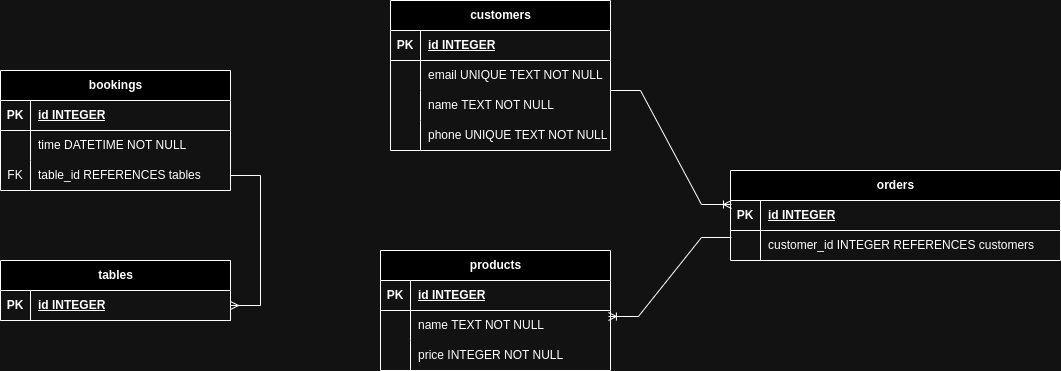
boolean-uk/java-data-modelling keeps this draw.io diagram as restaurant-extensions.png. Above is the earlier version. Source tidied: cells renumbered, new cells last; positions are measured from the earlier drawing's top-left corner, leaving out a move shared by most shapes.
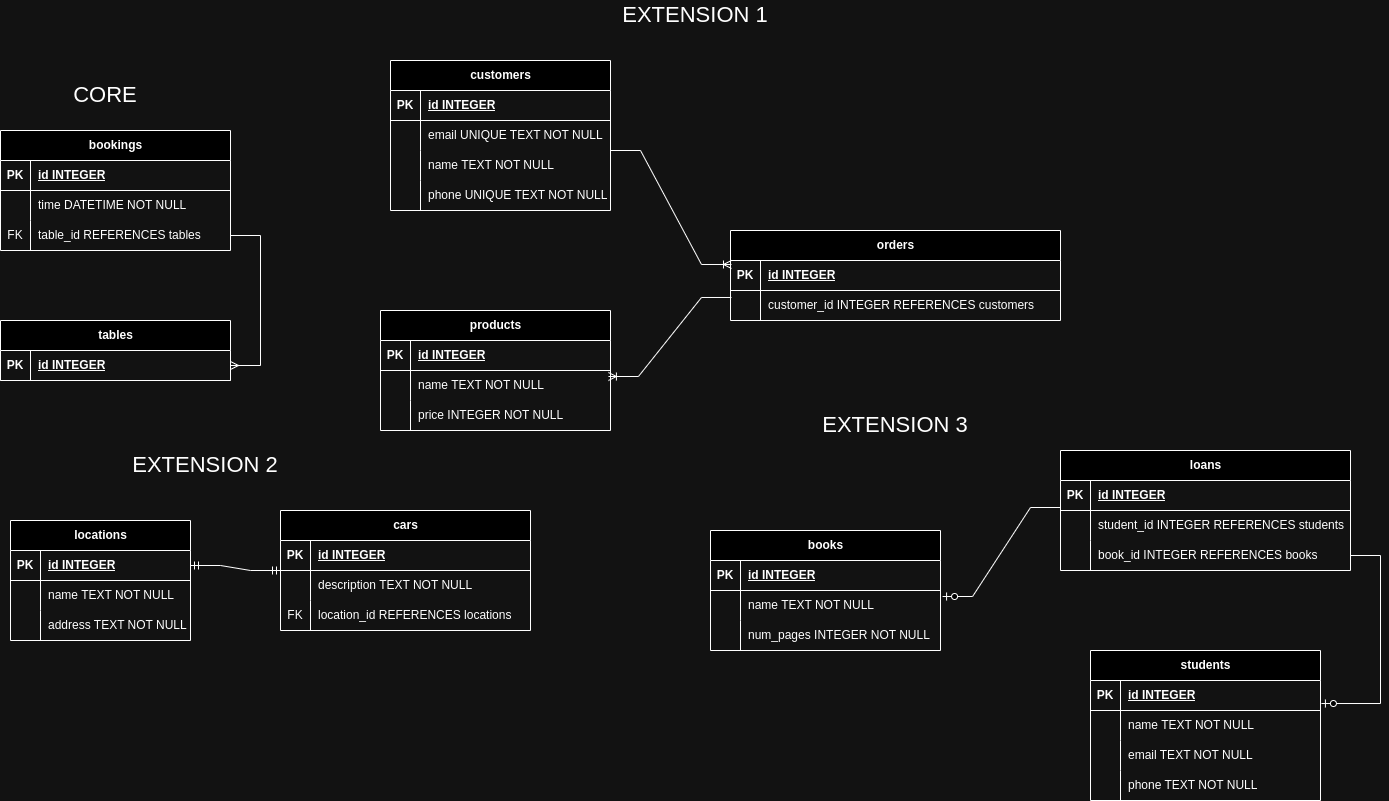
Later version of the same file.

Commit message:
Complete extension 2, 3

Change to the diagram source:
```diff
@@ -150,5 +150,185 @@
     <mxCell id="48" style="edgeStyle=entityRelationEdgeStyle;fontSize=12;html=1;endArrow=ERoneToMany;rounded=0;exitX=0.003;exitY=0.233;exitDx=0;exitDy=0;exitPerimeter=0;entryX=0.991;entryY=0.2;entryDx=0;entryDy=0;entryPerimeter=0;" parent="1" edge="1" source="34" target="41">
       <mxGeometry relative="1" as="geometry" />
     </mxCell>
+    <mxCell id="49" value="&lt;font style=&quot;font-size: 22px;&quot;&gt;EXTENSION 1&lt;/font&gt;" style="text;html=1;align=center;verticalAlign=middle;whiteSpace=wrap;rounded=0;" parent="1" vertex="1">
+      <mxGeometry x="600" y="-60" width="190" height="30" as="geometry" />
+    </mxCell>
+    <mxCell id="50" value="&lt;font style=&quot;font-size: 22px;&quot;&gt;CORE&lt;/font&gt;" style="text;html=1;align=center;verticalAlign=middle;whiteSpace=wrap;rounded=0;" parent="1" vertex="1">
+      <mxGeometry x="10" y="20" width="190" height="30" as="geometry" />
+    </mxCell>
+    <mxCell id="51" value="locations" style="shape=table;startSize=30;rowLines=0;fontStyle=1;align=center;html=1;" parent="1" vertex="1">
+      <mxGeometry x="10" y="460" width="180" height="120" as="geometry" />
+    </mxCell>
+    <mxCell id="52" style="shape=tableRow;horizontal=0;startSize=0;swimlaneHead=0;swimlaneBody=0;fillColor=none;points=[[0,0.5],[1,0.5]];portConstraint=eastwest;top=0;left=0;right=0;bottom=1;" parent="51" vertex="1">
+      <mxGeometry y="30" width="180" height="30" as="geometry" />
+    </mxCell>
+    <mxCell id="53" value="PK" style="shape=partialRectangle;fillColor=none;top=0;left=0;bottom=0;right=0;fontStyle=1;overflow=hidden;whiteSpace=wrap;html=1;" parent="52" vertex="1">
+      <mxGeometry width="30" height="30" as="geometry" />
+    </mxCell>
+    <mxCell id="54" value="id INTEGER" style="shape=partialRectangle;fillColor=none;top=0;left=0;bottom=0;right=0;align=left;spacingLeft=6;fontStyle=5;overflow=hidden;whiteSpace=wrap;html=1;" parent="52" vertex="1">
+      <mxGeometry x="30" width="150" height="30" as="geometry" />
+    </mxCell>
+    <mxCell id="55" style="shape=tableRow;horizontal=0;startSize=0;swimlaneHead=0;swimlaneBody=0;fillColor=none;top=0;left=0;right=0;bottom=0;" parent="51" vertex="1">
+      <mxGeometry y="60" width="180" height="30" as="geometry" />
+    </mxCell>
+    <mxCell id="56" style="shape=partialRectangle;fillColor=none;top=0;left=0;bottom=0;right=0;overflow=hidden;whiteSpace=wrap;html=1;" parent="55" vertex="1">
+      <mxGeometry width="30" height="30" as="geometry" />
+    </mxCell>
+    <mxCell id="57" value="name TEXT NOT NULL" style="shape=partialRectangle;fillColor=none;top=0;left=0;bottom=0;right=0;align=left;spacingLeft=6;overflow=hidden;whiteSpace=wrap;html=1;" parent="55" vertex="1">
+      <mxGeometry x="30" width="150" height="30" as="geometry" />
+    </mxCell>
+    <mxCell id="58" style="shape=tableRow;horizontal=0;startSize=0;swimlaneHead=0;swimlaneBody=0;fillColor=none;top=0;left=0;right=0;bottom=0;" parent="51" vertex="1">
+      <mxGeometry y="90" width="180" height="30" as="geometry" />
+    </mxCell>
+    <mxCell id="59" style="shape=partialRectangle;fillColor=none;top=0;left=0;bottom=0;right=0;overflow=hidden;whiteSpace=wrap;html=1;" parent="58" vertex="1">
+      <mxGeometry width="30" height="30" as="geometry" />
+    </mxCell>
+    <mxCell id="60" value="address TEXT NOT NULL" style="shape=partialRectangle;fillColor=none;top=0;left=0;bottom=0;right=0;align=left;spacingLeft=6;overflow=hidden;whiteSpace=wrap;html=1;" parent="58" vertex="1">
+      <mxGeometry x="30" width="150" height="30" as="geometry" />
+    </mxCell>
+    <mxCell id="61" value="&lt;font style=&quot;font-size: 22px;&quot;&gt;EXTENSION 2&lt;/font&gt;" style="text;html=1;align=center;verticalAlign=middle;whiteSpace=wrap;rounded=0;" parent="1" vertex="1">
+      <mxGeometry x="110" y="390" width="190" height="30" as="geometry" />
+    </mxCell>
+    <mxCell id="62" value="cars" style="shape=table;startSize=30;rowLines=0;fontStyle=1;align=center;html=1;" parent="1" vertex="1">
+      <mxGeometry x="280" y="450" width="250" height="120" as="geometry" />
+    </mxCell>
+    <mxCell id="63" style="shape=tableRow;horizontal=0;startSize=0;swimlaneHead=0;swimlaneBody=0;fillColor=none;top=0;left=0;right=0;bottom=1;" parent="62" vertex="1">
+      <mxGeometry y="30" width="250" height="30" as="geometry" />
+    </mxCell>
+    <mxCell id="64" value="PK" style="shape=partialRectangle;fillColor=none;top=0;left=0;bottom=0;right=0;fontStyle=1;overflow=hidden;whiteSpace=wrap;html=1;" parent="63" vertex="1">
+      <mxGeometry width="30" height="30" as="geometry" />
+    </mxCell>
+    <mxCell id="65" value="id INTEGER" style="shape=partialRectangle;fillColor=none;top=0;left=0;bottom=0;right=0;align=left;spacingLeft=6;fontStyle=5;overflow=hidden;whiteSpace=wrap;html=1;" parent="63" vertex="1">
+      <mxGeometry x="30" width="220" height="30" as="geometry" />
+    </mxCell>
+    <mxCell id="66" style="shape=tableRow;horizontal=0;startSize=0;swimlaneHead=0;swimlaneBody=0;fillColor=none;points=[[0,0.5],[1,0.5]];portConstraint=eastwest;top=0;left=0;right=0;bottom=0;" parent="62" vertex="1">
+      <mxGeometry y="60" width="250" height="30" as="geometry" />
+    </mxCell>
+    <mxCell id="67" style="shape=partialRectangle;fillColor=none;top=0;left=0;bottom=0;right=0;overflow=hidden;whiteSpace=wrap;html=1;" parent="66" vertex="1">
+      <mxGeometry width="30" height="30" as="geometry" />
+    </mxCell>
+    <mxCell id="68" value="description TEXT NOT NULL" style="shape=partialRectangle;fillColor=none;top=0;left=0;bottom=0;right=0;align=left;spacingLeft=6;overflow=hidden;whiteSpace=wrap;html=1;" parent="66" vertex="1">
+      <mxGeometry x="30" width="220" height="30" as="geometry" />
+    </mxCell>
+    <mxCell id="69" style="shape=tableRow;horizontal=0;startSize=0;swimlaneHead=0;swimlaneBody=0;fillColor=none;top=0;left=0;right=0;bottom=0;" parent="62" vertex="1">
+      <mxGeometry y="90" width="250" height="30" as="geometry" />
+    </mxCell>
+    <mxCell id="70" value="FK" style="shape=partialRectangle;fillColor=none;top=0;left=0;bottom=0;right=0;overflow=hidden;whiteSpace=wrap;html=1;" parent="69" vertex="1">
+      <mxGeometry width="30" height="30" as="geometry" />
+    </mxCell>
+    <mxCell id="71" value="location_id REFERENCES locations" style="shape=partialRectangle;fillColor=none;top=0;left=0;bottom=0;right=0;align=left;spacingLeft=6;overflow=hidden;whiteSpace=wrap;html=1;" parent="69" vertex="1">
+      <mxGeometry x="30" width="220" height="30" as="geometry" />
+    </mxCell>
+    <mxCell id="72" style="edgeStyle=entityRelationEdgeStyle;fontSize=12;html=1;endArrow=ERmandOne;startArrow=ERmandOne;rounded=0;exitX=0;exitY=0;exitDx=0;exitDy=0;exitPerimeter=0;entryX=1;entryY=0.5;entryDx=0;entryDy=0;" parent="1" edge="1" source="66" target="52">
+      <mxGeometry relative="1" as="geometry" />
+    </mxCell>
+    <mxCell id="73" value="&lt;font style=&quot;font-size: 22px;&quot;&gt;EXTENSION 3&lt;/font&gt;" style="text;html=1;align=center;verticalAlign=middle;whiteSpace=wrap;rounded=0;" parent="1" vertex="1">
+      <mxGeometry x="800" y="350" width="190" height="30" as="geometry" />
+    </mxCell>
+    <mxCell id="74" value="books" style="shape=table;startSize=30;rowLines=0;fontStyle=1;align=center;html=1;" parent="1" vertex="1">
+      <mxGeometry x="710" y="470" width="230" height="120" as="geometry" />
+    </mxCell>
+    <mxCell id="75" style="shape=tableRow;horizontal=0;startSize=0;swimlaneHead=0;swimlaneBody=0;fillColor=none;top=0;left=0;right=0;bottom=1;" parent="74" vertex="1">
+      <mxGeometry y="30" width="230" height="30" as="geometry" />
+    </mxCell>
+    <mxCell id="76" value="PK" style="shape=partialRectangle;fillColor=none;top=0;left=0;bottom=0;right=0;fontStyle=1;overflow=hidden;whiteSpace=wrap;html=1;" parent="75" vertex="1">
+      <mxGeometry width="30" height="30" as="geometry" />
+    </mxCell>
+    <mxCell id="77" value="id INTEGER" style="shape=partialRectangle;fillColor=none;top=0;left=0;bottom=0;right=0;align=left;spacingLeft=6;fontStyle=5;overflow=hidden;whiteSpace=wrap;html=1;" parent="75" vertex="1">
+      <mxGeometry x="30" width="200" height="30" as="geometry" />
+    </mxCell>
+    <mxCell id="78" style="shape=tableRow;horizontal=0;startSize=0;swimlaneHead=0;swimlaneBody=0;fillColor=none;points=[[0,0.5],[1,0.5]];portConstraint=eastwest;top=0;left=0;right=0;bottom=0;" parent="74" vertex="1">
+      <mxGeometry y="60" width="230" height="30" as="geometry" />
+    </mxCell>
+    <mxCell id="79" style="shape=partialRectangle;fillColor=none;top=0;left=0;bottom=0;right=0;overflow=hidden;whiteSpace=wrap;html=1;" parent="78" vertex="1">
+      <mxGeometry width="30" height="30" as="geometry" />
+    </mxCell>
+    <mxCell id="80" value="name TEXT NOT NULL" style="shape=partialRectangle;fillColor=none;top=0;left=0;bottom=0;right=0;align=left;spacingLeft=6;overflow=hidden;whiteSpace=wrap;html=1;" parent="78" vertex="1">
+      <mxGeometry x="30" width="200" height="30" as="geometry" />
+    </mxCell>
+    <mxCell id="81" style="shape=tableRow;horizontal=0;startSize=0;swimlaneHead=0;swimlaneBody=0;fillColor=none;top=0;left=0;right=0;bottom=0;" parent="74" vertex="1">
+      <mxGeometry y="90" width="230" height="30" as="geometry" />
+    </mxCell>
+    <mxCell id="82" style="shape=partialRectangle;fillColor=none;top=0;left=0;bottom=0;right=0;overflow=hidden;whiteSpace=wrap;html=1;" parent="81" vertex="1">
+      <mxGeometry width="30" height="30" as="geometry" />
+    </mxCell>
+    <mxCell id="83" value="num_pages INTEGER NOT NULL" style="shape=partialRectangle;fillColor=none;top=0;left=0;bottom=0;right=0;align=left;spacingLeft=6;overflow=hidden;whiteSpace=wrap;html=1;" parent="81" vertex="1">
+      <mxGeometry x="30" width="200" height="30" as="geometry" />
+    </mxCell>
+    <mxCell id="84" value="loans" style="shape=table;startSize=30;rowLines=0;fontStyle=1;align=center;html=1;" parent="1" vertex="1">
+      <mxGeometry x="1060" y="390" width="290" height="120" as="geometry" />
+    </mxCell>
+    <mxCell id="85" style="shape=tableRow;horizontal=0;startSize=0;swimlaneHead=0;swimlaneBody=0;fillColor=none;points=[[0,0.5],[1,0.5]];portConstraint=eastwest;top=0;left=0;right=0;bottom=1;" parent="84" vertex="1">
+      <mxGeometry y="30" width="290" height="30" as="geometry" />
+    </mxCell>
+    <mxCell id="86" value="PK" style="shape=partialRectangle;fillColor=none;top=0;left=0;bottom=0;right=0;fontStyle=1;overflow=hidden;whiteSpace=wrap;html=1;" parent="85" vertex="1">
+      <mxGeometry width="30" height="30" as="geometry" />
+    </mxCell>
+    <mxCell id="87" value="id INTEGER" style="shape=partialRectangle;fillColor=none;top=0;left=0;bottom=0;right=0;align=left;spacingLeft=6;fontStyle=5;overflow=hidden;whiteSpace=wrap;html=1;" parent="85" vertex="1">
+      <mxGeometry x="30" width="260" height="30" as="geometry" />
+    </mxCell>
+    <mxCell id="88" style="shape=tableRow;horizontal=0;startSize=0;swimlaneHead=0;swimlaneBody=0;fillColor=none;top=0;left=0;right=0;bottom=0;" parent="84" vertex="1">
+      <mxGeometry y="60" width="290" height="30" as="geometry" />
+    </mxCell>
+    <mxCell id="89" style="shape=partialRectangle;fillColor=none;top=0;left=0;bottom=0;right=0;overflow=hidden;whiteSpace=wrap;html=1;" parent="88" vertex="1">
+      <mxGeometry width="30" height="30" as="geometry" />
+    </mxCell>
+    <mxCell id="90" value="student_id INTEGER REFERENCES students" style="shape=partialRectangle;fillColor=none;top=0;left=0;bottom=0;right=0;align=left;spacingLeft=6;overflow=hidden;whiteSpace=wrap;html=1;" parent="88" vertex="1">
+      <mxGeometry x="30" width="260" height="30" as="geometry" />
+    </mxCell>
+    <mxCell id="91" style="shape=tableRow;horizontal=0;startSize=0;swimlaneHead=0;swimlaneBody=0;fillColor=none;points=[[0,0.5],[1,0.5]];portConstraint=eastwest;top=0;left=0;right=0;bottom=0;" parent="84" vertex="1">
+      <mxGeometry y="90" width="290" height="30" as="geometry" />
+    </mxCell>
+    <mxCell id="92" style="shape=partialRectangle;fillColor=none;top=0;left=0;bottom=0;right=0;overflow=hidden;whiteSpace=wrap;html=1;" parent="91" vertex="1">
+      <mxGeometry width="30" height="30" as="geometry" />
+    </mxCell>
+    <mxCell id="93" value="book_id INTEGER REFERENCES books" style="shape=partialRectangle;fillColor=none;top=0;left=0;bottom=0;right=0;align=left;spacingLeft=6;overflow=hidden;whiteSpace=wrap;html=1;" parent="91" vertex="1">
+      <mxGeometry x="30" width="260" height="30" as="geometry" />
+    </mxCell>
+    <mxCell id="94" value="students" style="shape=table;startSize=30;rowLines=0;fontStyle=1;align=center;html=1;" parent="1" vertex="1">
+      <mxGeometry x="1090" y="590" width="230" height="150" as="geometry" />
+    </mxCell>
+    <mxCell id="95" style="shape=tableRow;horizontal=0;startSize=0;swimlaneHead=0;swimlaneBody=0;fillColor=none;points=[[0,0.5],[1,0.5]];portConstraint=eastwest;top=0;left=0;right=0;bottom=1;" parent="94" vertex="1">
+      <mxGeometry y="30" width="230" height="30" as="geometry" />
+    </mxCell>
+    <mxCell id="96" value="PK" style="shape=partialRectangle;fillColor=none;top=0;left=0;bottom=0;right=0;fontStyle=1;overflow=hidden;whiteSpace=wrap;html=1;" parent="95" vertex="1">
+      <mxGeometry width="30" height="30" as="geometry" />
+    </mxCell>
+    <mxCell id="97" value="id INTEGER" style="shape=partialRectangle;fillColor=none;top=0;left=0;bottom=0;right=0;align=left;spacingLeft=6;fontStyle=5;overflow=hidden;whiteSpace=wrap;html=1;" parent="95" vertex="1">
+      <mxGeometry x="30" width="200" height="30" as="geometry" />
+    </mxCell>
+    <mxCell id="98" style="shape=tableRow;horizontal=0;startSize=0;swimlaneHead=0;swimlaneBody=0;fillColor=none;top=0;left=0;right=0;bottom=0;" parent="94" vertex="1">
+      <mxGeometry y="60" width="230" height="30" as="geometry" />
+    </mxCell>
+    <mxCell id="99" style="shape=partialRectangle;fillColor=none;top=0;left=0;bottom=0;right=0;overflow=hidden;whiteSpace=wrap;html=1;" parent="98" vertex="1">
+      <mxGeometry width="30" height="30" as="geometry" />
+    </mxCell>
+    <mxCell id="100" value="name TEXT NOT NULL" style="shape=partialRectangle;fillColor=none;top=0;left=0;bottom=0;right=0;align=left;spacingLeft=6;overflow=hidden;whiteSpace=wrap;html=1;" parent="98" vertex="1">
+      <mxGeometry x="30" width="200" height="30" as="geometry" />
+    </mxCell>
+    <mxCell id="101" style="shape=tableRow;horizontal=0;startSize=0;swimlaneHead=0;swimlaneBody=0;fillColor=none;top=0;left=0;right=0;bottom=0;" parent="94" vertex="1">
+      <mxGeometry y="90" width="230" height="30" as="geometry" />
+    </mxCell>
+    <mxCell id="102" style="shape=partialRectangle;fillColor=none;top=0;left=0;bottom=0;right=0;overflow=hidden;whiteSpace=wrap;html=1;" parent="101" vertex="1">
+      <mxGeometry width="30" height="30" as="geometry" />
+    </mxCell>
+    <mxCell id="103" value="email TEXT NOT NULL" style="shape=partialRectangle;fillColor=none;top=0;left=0;bottom=0;right=0;align=left;spacingLeft=6;overflow=hidden;whiteSpace=wrap;html=1;" parent="101" vertex="1">
+      <mxGeometry x="30" width="200" height="30" as="geometry" />
+    </mxCell>
+    <mxCell id="104" style="shape=tableRow;horizontal=0;startSize=0;swimlaneHead=0;swimlaneBody=0;fillColor=none;top=0;left=0;right=0;bottom=0;" parent="94" vertex="1">
+      <mxGeometry y="120" width="230" height="30" as="geometry" />
+    </mxCell>
+    <mxCell id="105" style="shape=partialRectangle;fillColor=none;top=0;left=0;bottom=0;right=0;overflow=hidden;whiteSpace=wrap;html=1;" parent="104" vertex="1">
+      <mxGeometry width="30" height="30" as="geometry" />
+    </mxCell>
+    <mxCell id="106" value="phone TEXT NOT NULL" style="shape=partialRectangle;fillColor=none;top=0;left=0;bottom=0;right=0;align=left;spacingLeft=6;overflow=hidden;whiteSpace=wrap;html=1;" parent="104" vertex="1">
+      <mxGeometry x="30" width="200" height="30" as="geometry" />
+    </mxCell>
+    <mxCell id="107" style="edgeStyle=entityRelationEdgeStyle;fontSize=12;html=1;endArrow=ERzeroToOne;endFill=1;rounded=0;exitX=0;exitY=0.9;exitDx=0;exitDy=0;exitPerimeter=0;entryX=1.009;entryY=0.2;entryDx=0;entryDy=0;entryPerimeter=0;" parent="1" edge="1" source="85" target="78">
+      <mxGeometry relative="1" as="geometry" />
+    </mxCell>
+    <mxCell id="108" style="edgeStyle=entityRelationEdgeStyle;fontSize=12;html=1;endArrow=ERzeroToOne;endFill=1;rounded=0;entryX=1.004;entryY=0.767;entryDx=0;entryDy=0;entryPerimeter=0;" parent="1" edge="1" source="91" target="95">
+      <mxGeometry relative="1" as="geometry" />
+    </mxCell>
   </root>
 </mxGraphModel>
```
